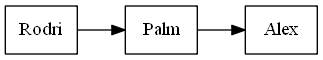
This is RepPreorden.png from loumisha96/EDD_1S2020_PY1_201602935, a Graphviz export, as it was before one commit. Its source is kept beside it as RepPreorden.dot.
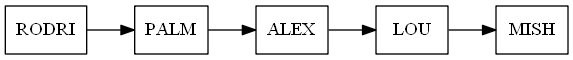
The same file after the commit.

Change to the diagram source:
```diff
@@ -1,4 +1,4 @@
 digraph G{
 rankdir = LR;
 node [shape= record];
-Rodri->Palm->Alex}
+RODRI->PALM->ALEX->LOU->MISH}
```
